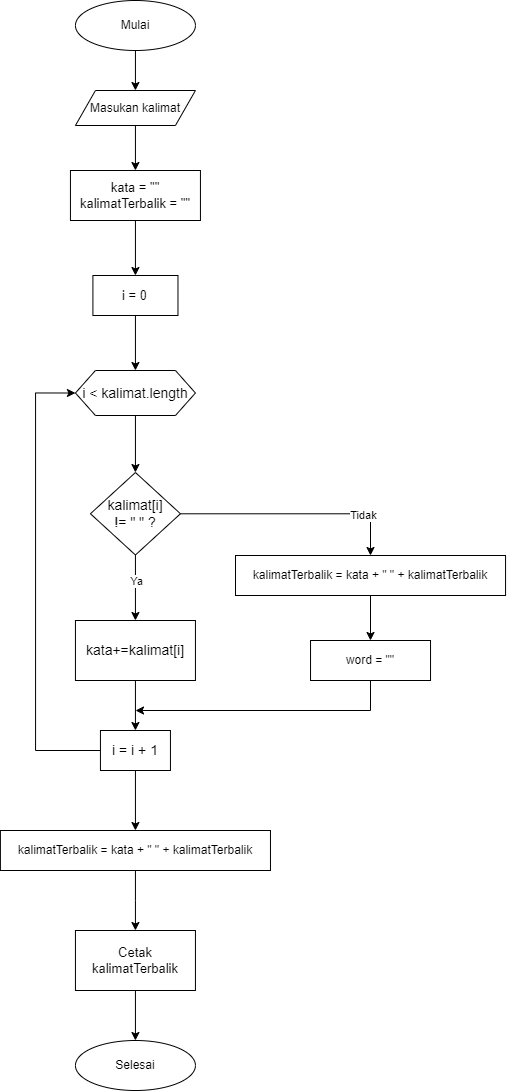
rikiprimus/tugas1camp keeps this draw.io diagram as soal 2.drawio.png. Above is the earlier version. Source tidied: cells renumbered, new cells last; positions are measured from the earlier drawing's top-left corner, leaving out a move shared by most shapes.
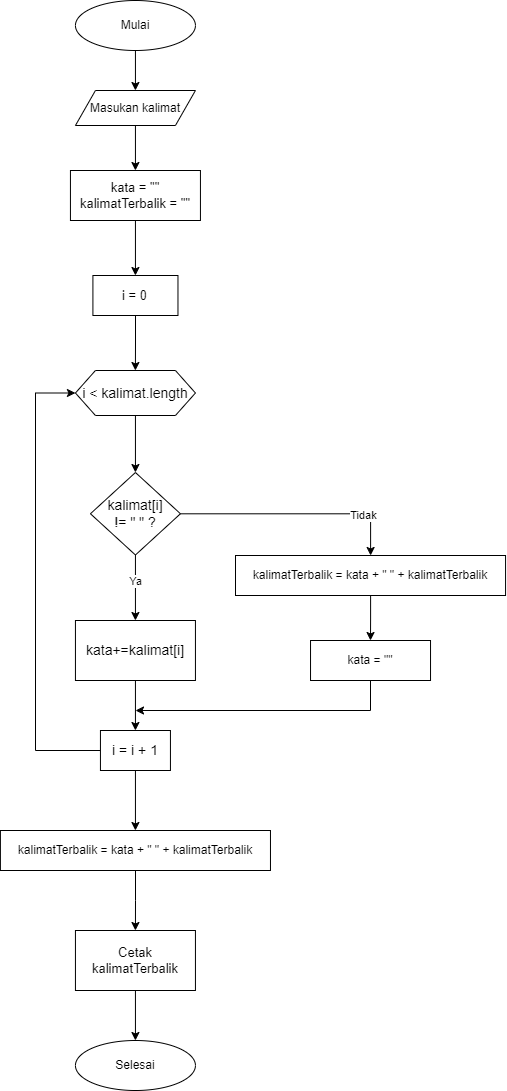
After the commit.

Commit message:
update flowchart soal2

Change to the diagram source:
```diff
@@ -90,7 +90,7 @@
         </Array>
       </mxGeometry>
     </mxCell>
-    <mxCell id="28" value="word = &quot;&quot;" style="whiteSpace=wrap;html=1;" parent="1" vertex="1">
+    <mxCell id="28" value="kata = &quot;&quot;" style="whiteSpace=wrap;html=1;" parent="1" vertex="1">
       <mxGeometry x="310" y="640" width="120" height="40" as="geometry" />
     </mxCell>
     <mxCell id="29" style="edgeStyle=orthogonalEdgeStyle;rounded=0;jettySize=auto;html=1;entryX=0.5;entryY=0;entryDx=0;entryDy=0;" parent="1" edge="1" source="30" target="23">
```
